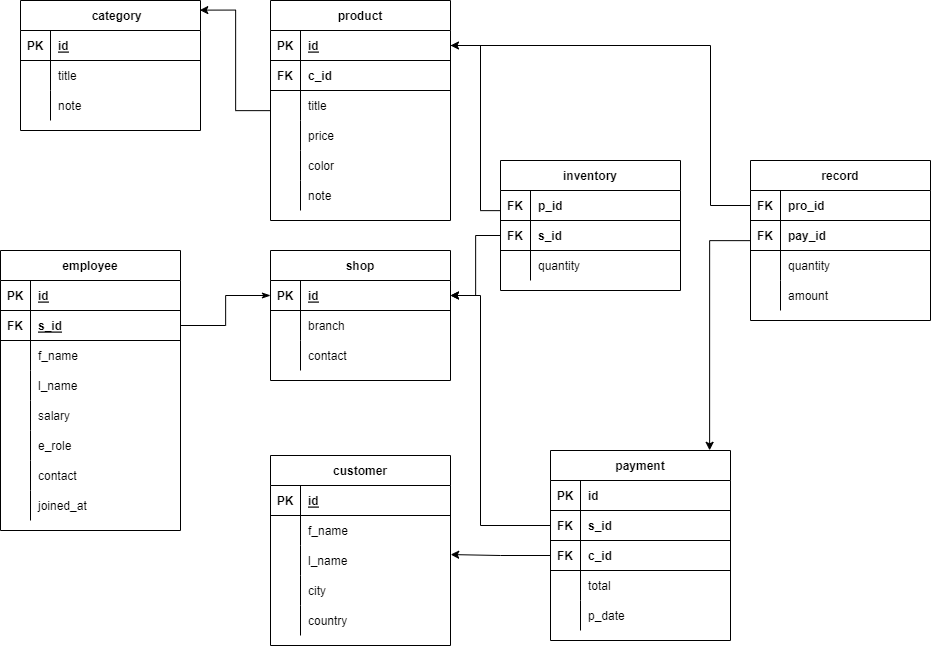
Earlier version of the draw.io export schema.png (FarhanNanoCoder/Shop-Management-System-SQL). Source tidied: cells renumbered, new cells last; positions are measured from the earlier drawing's top-left corner, leaving out a move shared by most shapes.
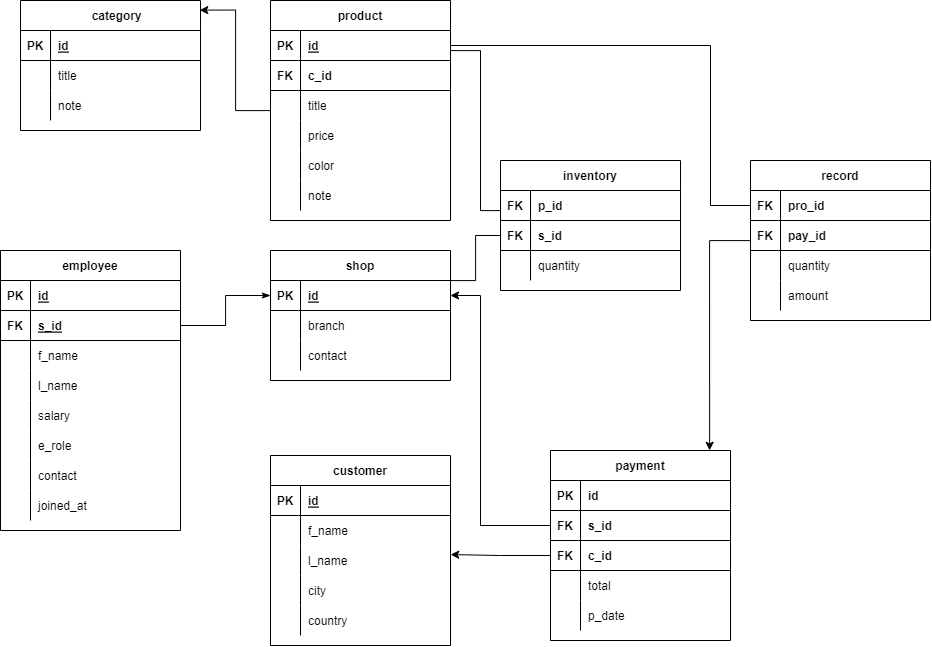
Later version of the same file.

The edit, as a diff of the source:
```diff
@@ -92,11 +92,12 @@
     <mxCell id="31" value="note" style="shape=partialRectangle;fillColor=none;top=0;left=0;bottom=0;right=0;align=left;spacingLeft=6;overflow=hidden;" parent="29" vertex="1">
       <mxGeometry x="30" width="150" height="30" as="geometry" />
     </mxCell>
-    <mxCell id="32" style="edgeStyle=orthogonalEdgeStyle;rounded=0;jettySize=auto;html=1;entryX=1;entryY=0.5;entryDx=0;entryDy=0;endArrow=classic;endFill=1;" parent="1" edge="1" source="33" target="14">
+    <mxCell id="32" style="edgeStyle=orthogonalEdgeStyle;rounded=0;jettySize=auto;html=1;entryX=1;entryY=0.5;entryDx=0;entryDy=0;endArrow=none;endFill=0;" parent="1" edge="1" source="33" target="14">
       <mxGeometry relative="1" as="geometry">
         <Array as="points">
           <mxPoint x="480" y="210" />
-          <mxPoint x="480" y="45" />
+          <mxPoint x="480" y="50" />
+          <mxPoint x="450" y="50" />
         </Array>
       </mxGeometry>
     </mxCell>
@@ -160,8 +161,14 @@
     <mxCell id="52" value="contact" style="shape=partialRectangle;fillColor=none;top=0;left=0;bottom=0;right=0;align=left;spacingLeft=6;overflow=hidden;" parent="50" vertex="1">
       <mxGeometry x="30" width="150" height="30" as="geometry" />
     </mxCell>
-    <mxCell id="53" style="edgeStyle=orthogonalEdgeStyle;rounded=0;jettySize=auto;html=1;entryX=1;entryY=0.5;entryDx=0;entryDy=0;endArrow=classic;endFill=1;" parent="1" edge="1" source="37" target="44">
-      <mxGeometry relative="1" as="geometry" />
+    <mxCell id="53" style="edgeStyle=orthogonalEdgeStyle;rounded=0;jettySize=auto;html=1;entryX=1;entryY=0.5;entryDx=0;entryDy=0;endArrow=none;endFill=0;" parent="1" edge="1" source="37" target="44">
+      <mxGeometry relative="1" as="geometry">
+        <Array as="points">
+          <mxPoint x="475" y="235" />
+          <mxPoint x="475" y="280" />
+          <mxPoint x="450" y="280" />
+        </Array>
+      </mxGeometry>
     </mxCell>
     <mxCell id="54" value="employee" style="shape=table;startSize=30;rowLines=0;fontStyle=1;align=center;" parent="1" vertex="1">
       <mxGeometry y="250" width="180" height="280" as="geometry" />
```
